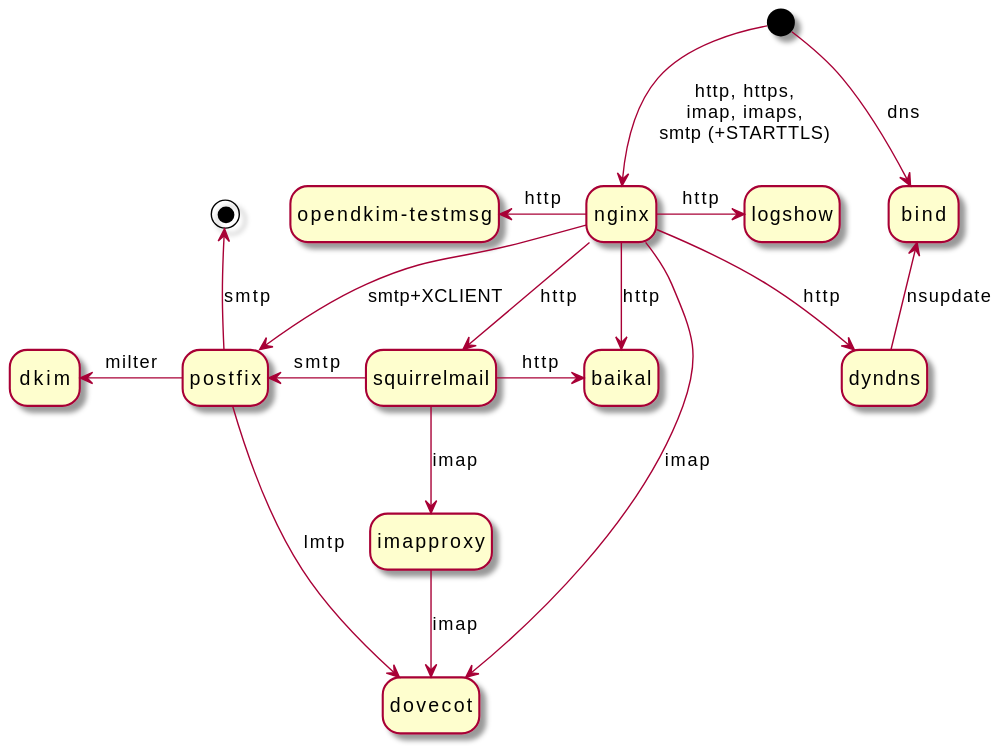
Lex-2008/containers keeps this PlantUML diagram as containers.svg. Above is the earlier version.
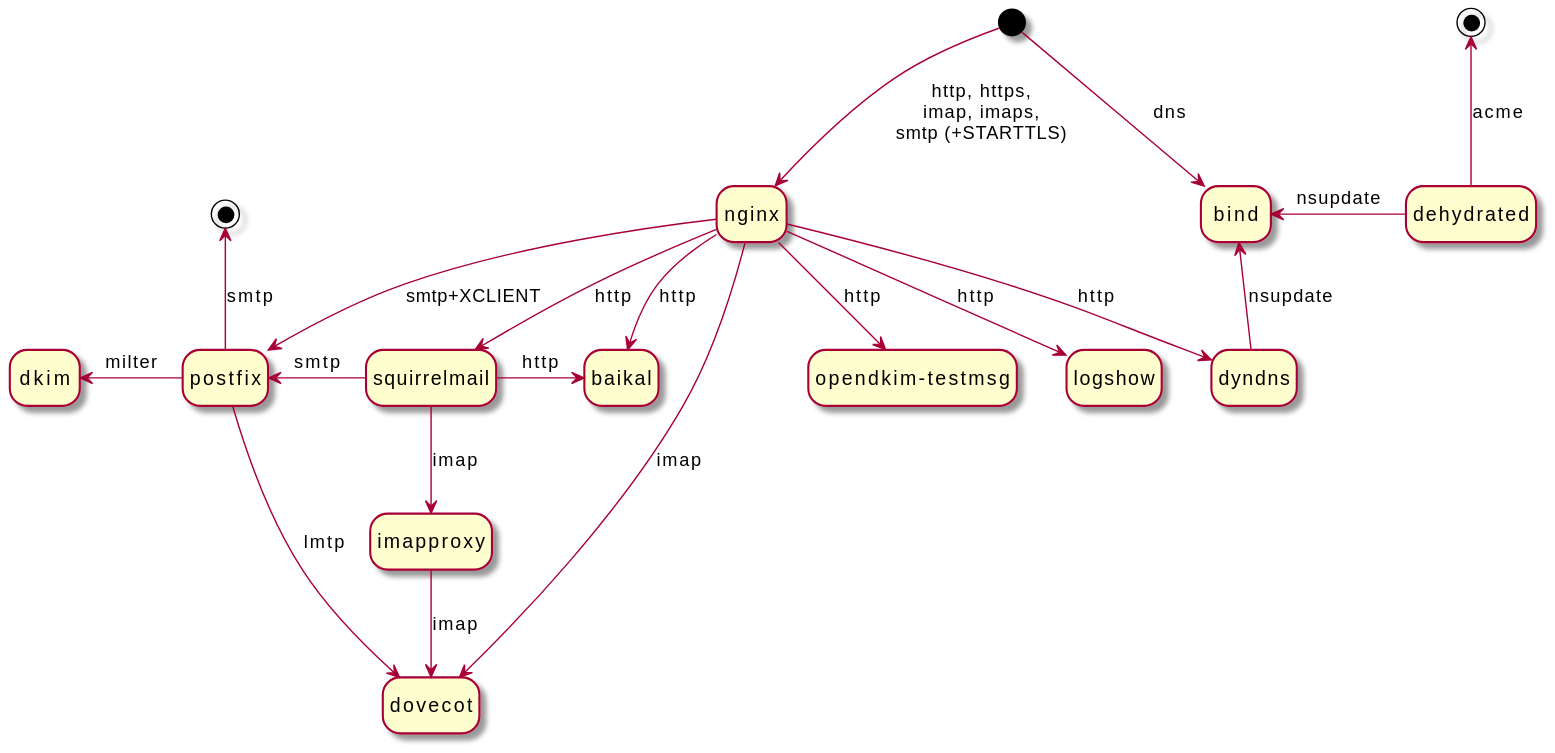
After the change.

Commit message:
add dehydrated container for LetsEncrypt certificates

What changed in the source:
```diff
@@ -31,6 +31,10 @@
 state "opendkim-testmsg" as opendkimtestmsg
 
 nginx --> baikal: http
-nginx -r-> logshow: http
-nginx -l-> opendkimtestmsg: http
+nginx --> logshow: http
+nginx --> opendkimtestmsg: http
+
+state dehydrated1 <<end>>
+dehydrated -l-> bind: nsupdate
+dehydrated -u-> dehydrated1: acme
 @enduml
```
